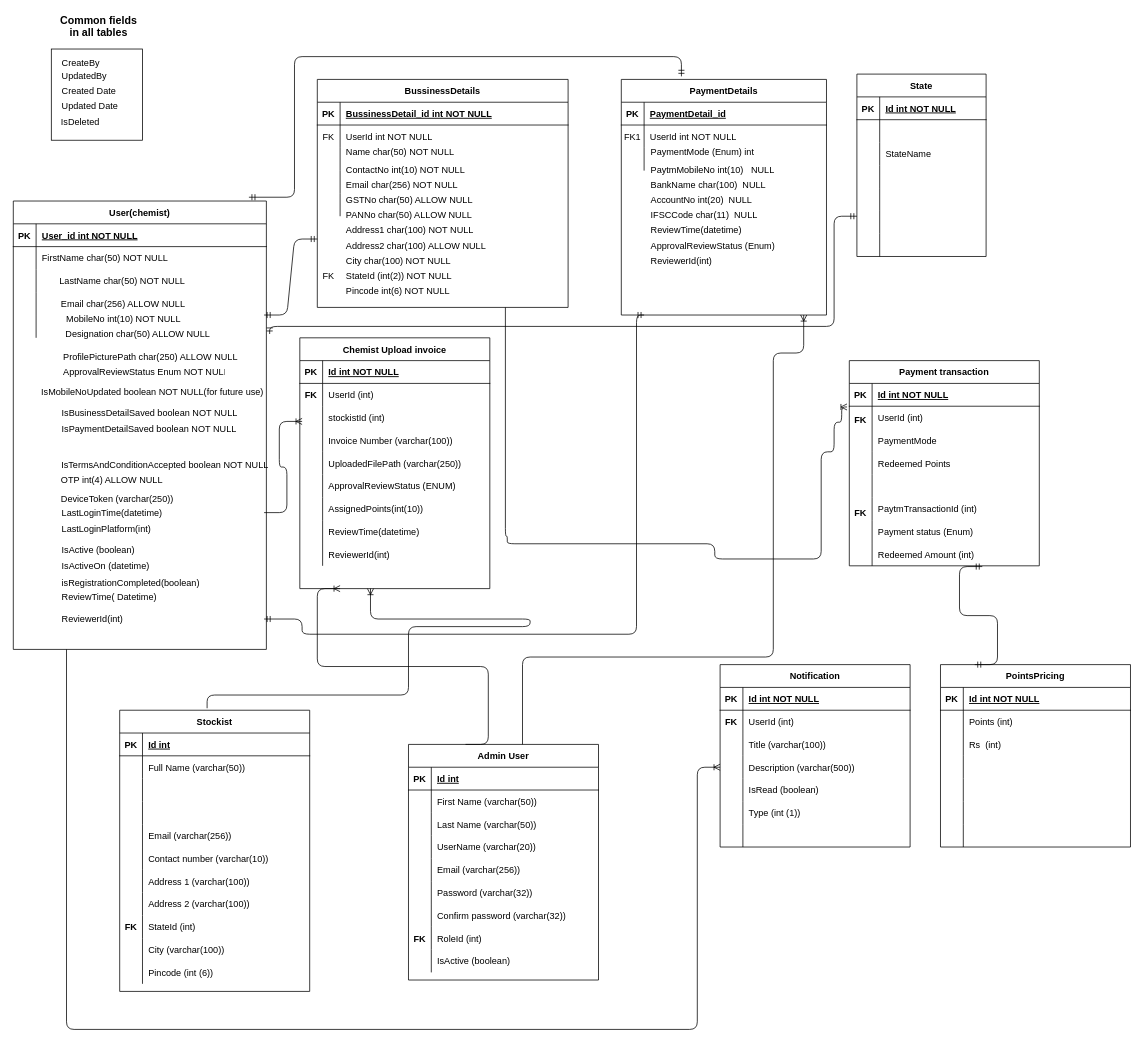
Earlier version of the draw.io diagram ProfitorERD.drawio (NirikshaSoni/TestProject). Source tidied: cells renumbered, new cells numbered last; positions are measured from the earlier drawing's top-left corner, leaving out a move shared by most shapes. Both pictures are drawn from the tidied source at 76%, with x=0, y=0 at pixel (13, 18).
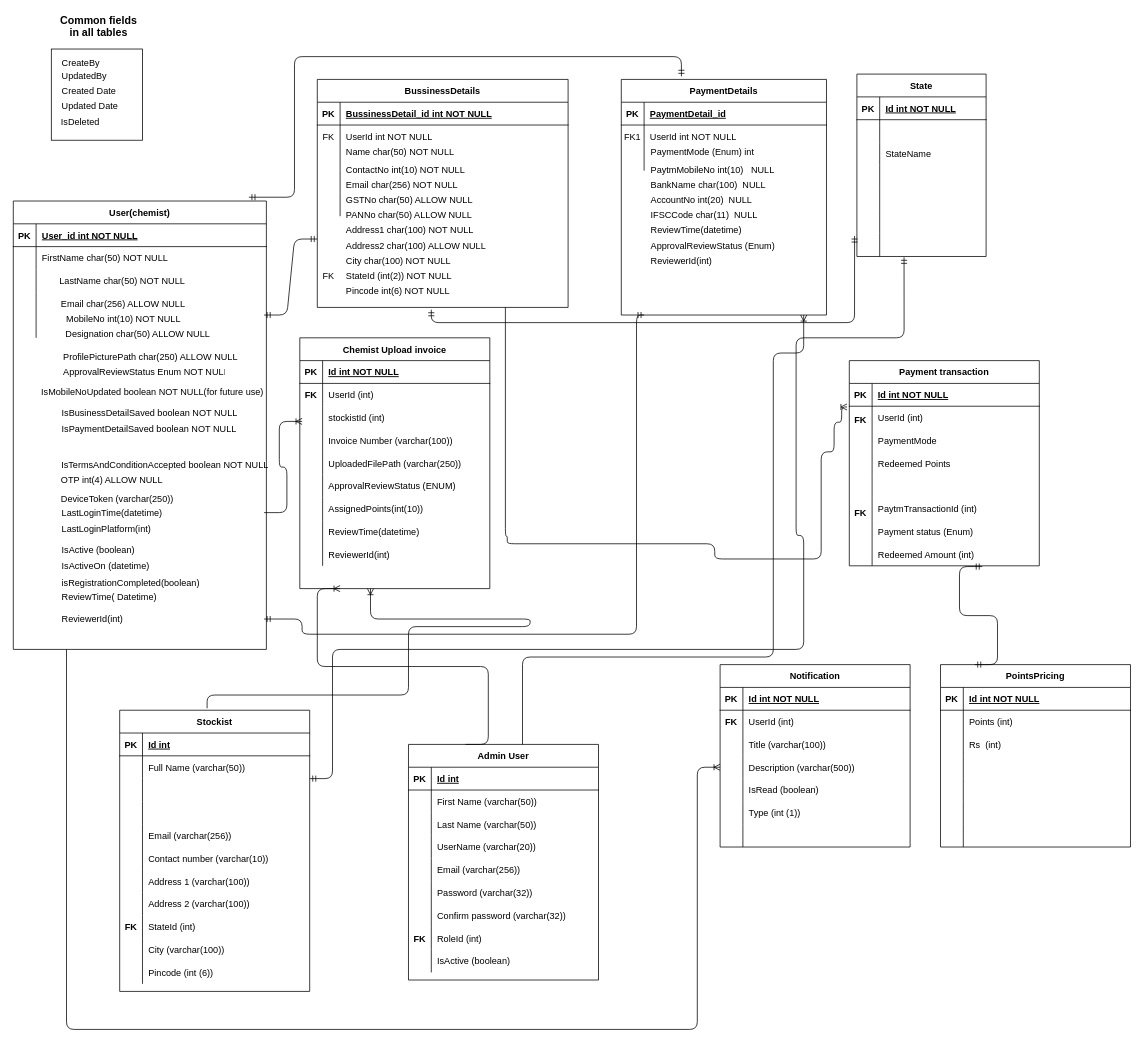
The same diagram, later.

The change refers to these unchanged cells:
```xml
<mxCell id="162" style="shape=partialRectangle;fillColor=none;points=[[0,0.5],[1,0.5]];portConstraint=eastwest;top=0;left=0;right=0;bottom=0;" parent="143" vertex="1">
  <mxGeometry y="210" width="170" height="30" as="geometry" />
</mxCell>
<mxCell id="178" style="shape=partialRectangle;fillColor=none;points=[[0,0.5],[1,0.5]];portConstraint=eastwest;top=0;left=0;right=0;bottom=0;" parent="165" vertex="1">
  <mxGeometry y="150" width="333" height="30" as="geometry" />
</mxCell>
```

Change to the diagram source:
```diff
@@
-    <mxCell id="246" style="edgeStyle=orthogonalEdgeStyle;fontSize=12;html=1;endArrow=ERmandOne;startArrow=ERmandOne;exitX=1.013;exitY=0.833;exitDx=0;exitDy=0;exitPerimeter=0;" parent="1" edge="1" source="178">
-      <mxGeometry relative="1" as="geometry">
-        <mxPoint x="1110" y="260" as="targetPoint" />
-        <Array as="points">
-          <mxPoint x="337" y="405" />
-          <mxPoint x="1080" y="405" />
-          <mxPoint x="1080" y="260" />
-        </Array>
-      </mxGeometry>
-    </mxCell>
@@
+    <mxCell id="287" style="edgeStyle=orthogonalEdgeStyle;fontSize=12;html=1;endArrow=ERmandOne;startArrow=ERmandOne;entryX=-0.018;entryY=0.1;entryDx=0;entryDy=0;entryPerimeter=0;" parent="1" edge="1" target="162">
+      <mxGeometry relative="1" as="geometry">
+        <mxPoint x="550" y="383" as="sourcePoint" />
+        <Array as="points">
+          <mxPoint x="550" y="400" />
+          <mxPoint x="1107" y="400" />
+        </Array>
+      </mxGeometry>
+    </mxCell>
+    <mxCell id="288" style="edgeStyle=orthogonalEdgeStyle;fontSize=12;html=1;endArrow=ERmandOne;startArrow=ERmandOne;entryX=0.365;entryY=1.033;entryDx=0;entryDy=0;entryPerimeter=0;" parent="1" edge="1" target="162">
+      <mxGeometry relative="1" as="geometry">
+        <mxPoint x="390" y="1000" as="sourcePoint" />
+        <Array as="points">
+          <mxPoint x="420" y="1000" />
+          <mxPoint x="420" y="830" />
+          <mxPoint x="1040" y="830" />
+          <mxPoint x="1040" y="680" />
+          <mxPoint x="1030" y="680" />
+          <mxPoint x="1030" y="420" />
+          <mxPoint x="1172" y="420" />
+        </Array>
+      </mxGeometry>
+    </mxCell>
```
